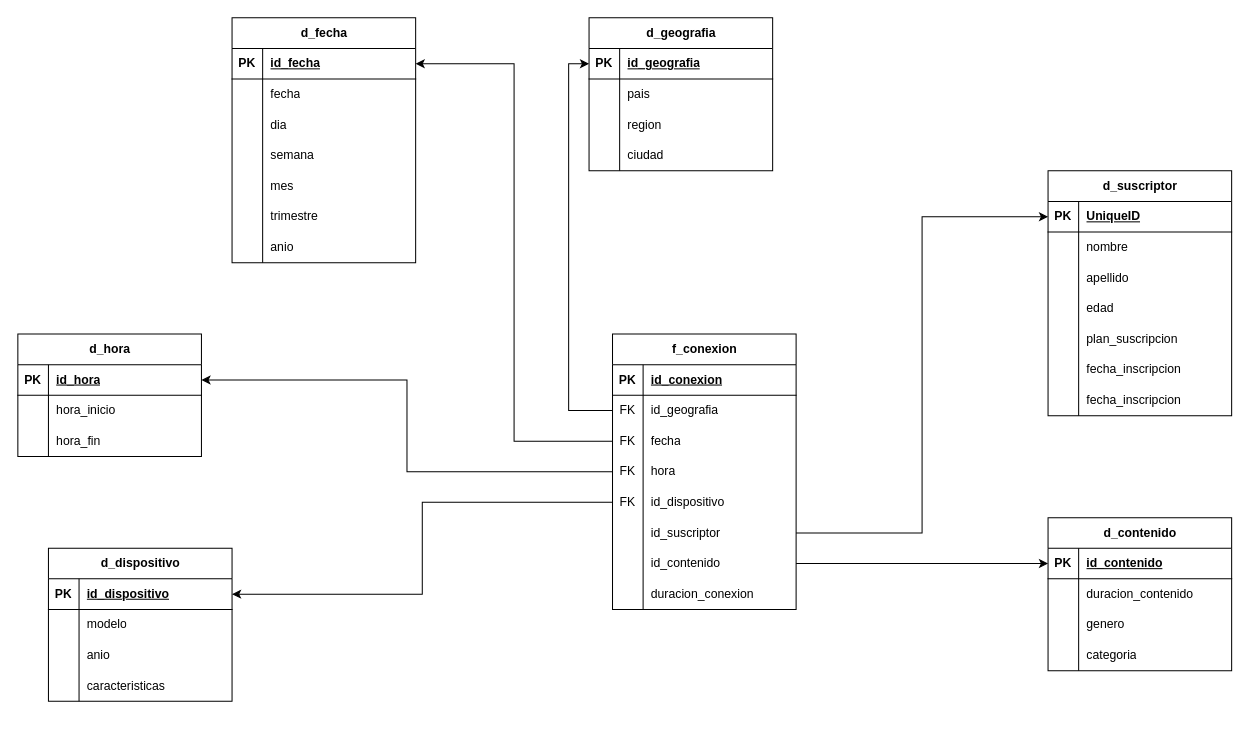
This is Practica/Ejercicio_8/Ejercicio_8.drawio from Ftedp/BBDD2-TUIA, a draw.io file, before an edit. Source tidied: cells renumbered, new cells numbered last; positions are measured from the earlier drawing's top-left corner, leaving out a move shared by most shapes. Both pictures are drawn from the tidied source at 102%, with x=0, y=0 at pixel (17, 17).
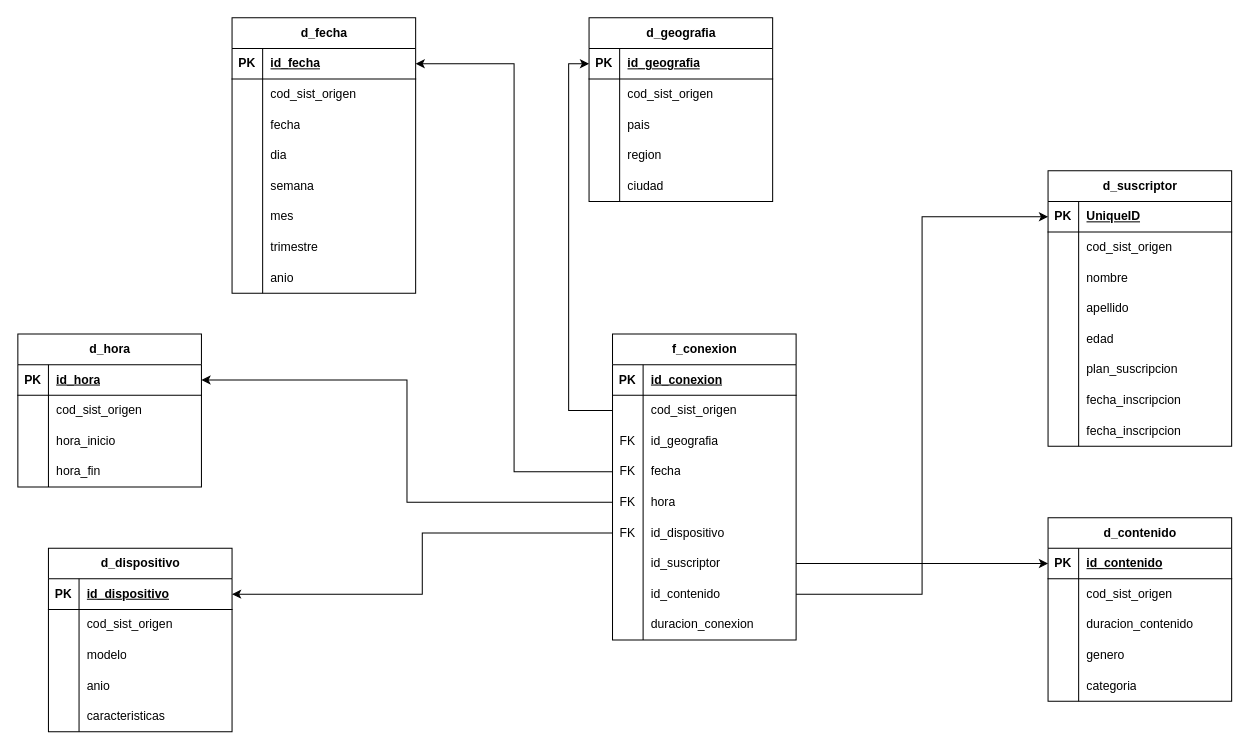
The same diagram, later.

Unchanged cells that the change refers to:
```xml
<mxCell id="6" style="shape=tableRow;horizontal=0;startSize=0;swimlaneHead=0;swimlaneBody=0;fillColor=none;top=0;left=0;right=0;bottom=0;" parent="2" vertex="1">
  <mxGeometry y="60" width="180" height="30" as="geometry" />
</mxCell>
<mxCell id="19" style="shape=tableRow;horizontal=0;startSize=0;swimlaneHead=0;swimlaneBody=0;fillColor=none;points=[[0,0.5],[1,0.5]];portConstraint=eastwest;top=0;left=0;right=0;bottom=0;" parent="15" vertex="1">
  <mxGeometry y="60" width="180" height="30" as="geometry" />
</mxCell>
<mxCell id="44" style="shape=tableRow;horizontal=0;startSize=0;swimlaneHead=0;swimlaneBody=0;fillColor=none;top=0;left=0;right=0;bottom=0;" parent="40" vertex="1">
  <mxGeometry y="60" width="180" height="30" as="geometry" />
</mxCell>
<mxCell id="66" style="shape=tableRow;horizontal=0;startSize=0;swimlaneHead=0;swimlaneBody=0;fillColor=none;top=0;left=0;right=0;bottom=0;" parent="62" vertex="1">
  <mxGeometry y="60" width="180" height="30" as="geometry" />
</mxCell>
<mxCell id="79" style="shape=tableRow;horizontal=0;startSize=0;swimlaneHead=0;swimlaneBody=0;fillColor=none;top=0;left=0;right=0;bottom=0;" parent="75" vertex="1">
  <mxGeometry y="60" width="180" height="30" as="geometry" />
</mxCell>
<mxCell id="92" style="shape=tableRow;horizontal=0;startSize=0;swimlaneHead=0;swimlaneBody=0;fillColor=none;top=0;left=0;right=0;bottom=0;" parent="88" vertex="1">
  <mxGeometry y="60" width="180" height="30" as="geometry" />
</mxCell>
<mxCell id="119" style="shape=tableRow;horizontal=0;startSize=0;swimlaneHead=0;swimlaneBody=0;fillColor=none;top=0;left=0;right=0;bottom=0;" parent="115" vertex="1">
  <mxGeometry y="60" width="180" height="30" as="geometry" />
</mxCell>
```

Diff of the diagram source:
```diff
@@
     <mxCell id="2" value="d_geografia" style="shape=table;startSize=30;childLayout=tableLayout;rowLines=0;fontStyle=1;align=center;html=1;" parent="1" vertex="1">
-      <mxGeometry x="560" width="180" height="150" as="geometry" />
+      <mxGeometry x="560" width="180" height="180" as="geometry" />
     </mxCell>
@@
-    <mxCell id="8" value="pais" style="shape=partialRectangle;fillColor=none;top=0;left=0;bottom=0;right=0;align=left;spacingLeft=6;overflow=hidden;whiteSpace=wrap;html=1;" parent="6" vertex="1">
+    <mxCell id="8" value="cod_sist_origen" style="shape=partialRectangle;fillColor=none;top=0;left=0;bottom=0;right=0;align=left;spacingLeft=6;overflow=hidden;whiteSpace=wrap;html=1;" parent="6" vertex="1">
       <mxGeometry x="30" width="150" height="30" as="geometry" />
     </mxCell>
+    <mxCell id="126" style="shape=tableRow;horizontal=0;startSize=0;swimlaneHead=0;swimlaneBody=0;fillColor=none;top=0;left=0;right=0;bottom=0;" parent="2" vertex="1">
+      <mxGeometry y="90" width="180" height="30" as="geometry" />
+    </mxCell>
+    <mxCell id="127" style="shape=partialRectangle;fillColor=none;top=0;left=0;bottom=0;right=0;overflow=hidden;whiteSpace=wrap;html=1;" parent="126" vertex="1">
+      <mxGeometry width="30" height="30" as="geometry" />
+    </mxCell>
+    <mxCell id="128" value="pais" style="shape=partialRectangle;fillColor=none;top=0;left=0;bottom=0;right=0;align=left;spacingLeft=6;overflow=hidden;whiteSpace=wrap;html=1;" parent="126" vertex="1">
+      <mxGeometry x="30" width="150" height="30" as="geometry" />
+    </mxCell>
     <mxCell id="9" style="shape=tableRow;horizontal=0;startSize=0;swimlaneHead=0;swimlaneBody=0;fillColor=none;top=0;left=0;right=0;bottom=0;" parent="2" vertex="1">
-      <mxGeometry y="90" width="180" height="30" as="geometry" />
+      <mxGeometry y="120" width="180" height="30" as="geometry" />
     </mxCell>
@@
     <mxCell id="12" style="shape=tableRow;horizontal=0;startSize=0;swimlaneHead=0;swimlaneBody=0;fillColor=none;top=0;left=0;right=0;bottom=0;" parent="2" vertex="1">
-      <mxGeometry y="120" width="180" height="30" as="geometry" />
+      <mxGeometry y="150" width="180" height="30" as="geometry" />
     </mxCell>
@@
     <mxCell id="15" value="f_conexion" style="shape=table;startSize=30;childLayout=tableLayout;rowLines=0;fontStyle=1;align=center;html=1;" parent="1" vertex="1">
-      <mxGeometry x="583" y="310" width="180" height="270" as="geometry" />
+      <mxGeometry x="583" y="310" width="180" height="300" as="geometry" />
     </mxCell>
@@
-    <mxCell id="20" value="FK" style="shape=partialRectangle;fillColor=none;top=0;left=0;bottom=0;right=0;overflow=hidden;whiteSpace=wrap;html=1;" parent="19" vertex="1">
+    <mxCell id="20" style="shape=partialRectangle;fillColor=none;top=0;left=0;bottom=0;right=0;overflow=hidden;whiteSpace=wrap;html=1;" parent="19" vertex="1">
       <mxGeometry width="30" height="30" as="geometry" />
     </mxCell>
-    <mxCell id="21" value="id_geografia" style="shape=partialRectangle;fillColor=none;top=0;left=0;bottom=0;right=0;align=left;spacingLeft=6;overflow=hidden;whiteSpace=wrap;html=1;" parent="19" vertex="1">
+    <mxCell id="21" value="cod_sist_origen" style="shape=partialRectangle;fillColor=none;top=0;left=0;bottom=0;right=0;align=left;spacingLeft=6;overflow=hidden;whiteSpace=wrap;html=1;" parent="19" vertex="1">
       <mxGeometry x="30" width="150" height="30" as="geometry" />
     </mxCell>
+    <mxCell id="129" style="shape=tableRow;horizontal=0;startSize=0;swimlaneHead=0;swimlaneBody=0;fillColor=none;top=0;left=0;right=0;bottom=0;" parent="15" vertex="1">
+      <mxGeometry y="90" width="180" height="30" as="geometry" />
+    </mxCell>
+    <mxCell id="130" value="FK" style="shape=partialRectangle;fillColor=none;top=0;left=0;bottom=0;right=0;overflow=hidden;whiteSpace=wrap;html=1;" parent="129" vertex="1">
+      <mxGeometry width="30" height="30" as="geometry" />
+    </mxCell>
+    <mxCell id="131" value="id_geografia" style="shape=partialRectangle;fillColor=none;top=0;left=0;bottom=0;right=0;align=left;spacingLeft=6;overflow=hidden;whiteSpace=wrap;html=1;" parent="129" vertex="1">
+      <mxGeometry x="30" width="150" height="30" as="geometry" />
+    </mxCell>
     <mxCell id="22" style="shape=tableRow;horizontal=0;startSize=0;swimlaneHead=0;swimlaneBody=0;fillColor=none;points=[[0,0.5],[1,0.5]];portConstraint=eastwest;top=0;left=0;right=0;bottom=0;" parent="15" vertex="1">
-      <mxGeometry y="90" width="180" height="30" as="geometry" />
+      <mxGeometry y="120" width="180" height="30" as="geometry" />
     </mxCell>
@@
     <mxCell id="25" style="shape=tableRow;horizontal=0;startSize=0;swimlaneHead=0;swimlaneBody=0;fillColor=none;points=[[0,0.5],[1,0.5]];portConstraint=eastwest;top=0;left=0;right=0;bottom=0;" parent="15" vertex="1">
-      <mxGeometry y="120" width="180" height="30" as="geometry" />
+      <mxGeometry y="150" width="180" height="30" as="geometry" />
     </mxCell>
@@
     <mxCell id="28" style="shape=tableRow;horizontal=0;startSize=0;swimlaneHead=0;swimlaneBody=0;fillColor=none;points=[[0,0.5],[1,0.5]];portConstraint=eastwest;top=0;left=0;right=0;bottom=0;" parent="15" vertex="1">
-      <mxGeometry y="150" width="180" height="30" as="geometry" />
+      <mxGeometry y="180" width="180" height="30" as="geometry" />
     </mxCell>
@@
     <mxCell id="31" style="shape=tableRow;horizontal=0;startSize=0;swimlaneHead=0;swimlaneBody=0;fillColor=none;points=[[0,0.5],[1,0.5]];portConstraint=eastwest;top=0;left=0;right=0;bottom=0;" parent="15" vertex="1">
-      <mxGeometry y="180" width="180" height="30" as="geometry" />
+      <mxGeometry y="210" width="180" height="30" as="geometry" />
     </mxCell>
@@
     <mxCell id="34" style="shape=tableRow;horizontal=0;startSize=0;swimlaneHead=0;swimlaneBody=0;fillColor=none;points=[[0,0.5],[1,0.5]];portConstraint=eastwest;top=0;left=0;right=0;bottom=0;" parent="15" vertex="1">
-      <mxGeometry y="210" width="180" height="30" as="geometry" />
+      <mxGeometry y="240" width="180" height="30" as="geometry" />
     </mxCell>
@@
     <mxCell id="37" style="shape=tableRow;horizontal=0;startSize=0;swimlaneHead=0;swimlaneBody=0;fillColor=none;top=0;left=0;right=0;bottom=0;" parent="15" vertex="1">
-      <mxGeometry y="240" width="180" height="30" as="geometry" />
+      <mxGeometry y="270" width="180" height="30" as="geometry" />
     </mxCell>
@@
     <mxCell id="40" value="d_suscriptor" style="shape=table;startSize=30;childLayout=tableLayout;rowLines=0;fontStyle=1;align=center;html=1;" parent="1" vertex="1">
-      <mxGeometry x="1010" y="150" width="180" height="240" as="geometry" />
+      <mxGeometry x="1010" y="150" width="180" height="270" as="geometry" />
     </mxCell>
@@
-    <mxCell id="46" value="nombre" style="shape=partialRectangle;fillColor=none;top=0;left=0;bottom=0;right=0;align=left;spacingLeft=6;overflow=hidden;whiteSpace=wrap;html=1;" parent="44" vertex="1">
+    <mxCell id="46" value="cod_sist_origen" style="shape=partialRectangle;fillColor=none;top=0;left=0;bottom=0;right=0;align=left;spacingLeft=6;overflow=hidden;whiteSpace=wrap;html=1;" parent="44" vertex="1">
       <mxGeometry x="30" width="150" height="30" as="geometry" />
     </mxCell>
+    <mxCell id="132" style="shape=tableRow;horizontal=0;startSize=0;swimlaneHead=0;swimlaneBody=0;fillColor=none;top=0;left=0;right=0;bottom=0;" parent="40" vertex="1">
+      <mxGeometry y="90" width="180" height="30" as="geometry" />
+    </mxCell>
+    <mxCell id="133" style="shape=partialRectangle;fillColor=none;top=0;left=0;bottom=0;right=0;overflow=hidden;whiteSpace=wrap;html=1;" parent="132" vertex="1">
+      <mxGeometry width="30" height="30" as="geometry" />
+    </mxCell>
+    <mxCell id="134" value="nombre" style="shape=partialRectangle;fillColor=none;top=0;left=0;bottom=0;right=0;align=left;spacingLeft=6;overflow=hidden;whiteSpace=wrap;html=1;" parent="132" vertex="1">
+      <mxGeometry x="30" width="150" height="30" as="geometry" />
+    </mxCell>
     <mxCell id="47" style="shape=tableRow;horizontal=0;startSize=0;swimlaneHead=0;swimlaneBody=0;fillColor=none;top=0;left=0;right=0;bottom=0;" parent="40" vertex="1">
-      <mxGeometry y="90" width="180" height="30" as="geometry" />
+      <mxGeometry y="120" width="180" height="30" as="geometry" />
     </mxCell>
@@
     <mxCell id="50" style="shape=tableRow;horizontal=0;startSize=0;swimlaneHead=0;swimlaneBody=0;fillColor=none;top=0;left=0;right=0;bottom=0;" parent="40" vertex="1">
-      <mxGeometry y="120" width="180" height="30" as="geometry" />
+      <mxGeometry y="150" width="180" height="30" as="geometry" />
     </mxCell>
@@
     <mxCell id="53" style="shape=tableRow;horizontal=0;startSize=0;swimlaneHead=0;swimlaneBody=0;fillColor=none;top=0;left=0;right=0;bottom=0;" parent="40" vertex="1">
-      <mxGeometry y="150" width="180" height="30" as="geometry" />
+      <mxGeometry y="180" width="180" height="30" as="geometry" />
     </mxCell>
@@
     <mxCell id="56" style="shape=tableRow;horizontal=0;startSize=0;swimlaneHead=0;swimlaneBody=0;fillColor=none;top=0;left=0;right=0;bottom=0;" parent="40" vertex="1">
-      <mxGeometry y="180" width="180" height="30" as="geometry" />
+      <mxGeometry y="210" width="180" height="30" as="geometry" />
     </mxCell>
@@
     <mxCell id="59" style="shape=tableRow;horizontal=0;startSize=0;swimlaneHead=0;swimlaneBody=0;fillColor=none;top=0;left=0;right=0;bottom=0;" parent="40" vertex="1">
-      <mxGeometry y="210" width="180" height="30" as="geometry" />
+      <mxGeometry y="240" width="180" height="30" as="geometry" />
     </mxCell>
@@
     <mxCell id="62" value="d_dispositivo" style="shape=table;startSize=30;childLayout=tableLayout;rowLines=0;fontStyle=1;align=center;html=1;" parent="1" vertex="1">
-      <mxGeometry x="30" y="520" width="180" height="150" as="geometry" />
+      <mxGeometry x="30" y="520" width="180" height="180" as="geometry" />
     </mxCell>
@@
-    <mxCell id="68" value="modelo" style="shape=partialRectangle;fillColor=none;top=0;left=0;bottom=0;right=0;align=left;spacingLeft=6;overflow=hidden;whiteSpace=wrap;html=1;" parent="66" vertex="1">
+    <mxCell id="68" value="cod_sist_origen" style="shape=partialRectangle;fillColor=none;top=0;left=0;bottom=0;right=0;align=left;spacingLeft=6;overflow=hidden;whiteSpace=wrap;html=1;" parent="66" vertex="1">
       <mxGeometry x="30" width="150" height="30" as="geometry" />
     </mxCell>
+    <mxCell id="135" style="shape=tableRow;horizontal=0;startSize=0;swimlaneHead=0;swimlaneBody=0;fillColor=none;top=0;left=0;right=0;bottom=0;" parent="62" vertex="1">
+      <mxGeometry y="90" width="180" height="30" as="geometry" />
+    </mxCell>
+    <mxCell id="136" style="shape=partialRectangle;fillColor=none;top=0;left=0;bottom=0;right=0;overflow=hidden;whiteSpace=wrap;html=1;" parent="135" vertex="1">
+      <mxGeometry width="30" height="30" as="geometry" />
+    </mxCell>
+    <mxCell id="137" value="modelo" style="shape=partialRectangle;fillColor=none;top=0;left=0;bottom=0;right=0;align=left;spacingLeft=6;overflow=hidden;whiteSpace=wrap;html=1;" parent="135" vertex="1">
+      <mxGeometry x="30" width="150" height="30" as="geometry" />
+    </mxCell>
     <mxCell id="69" style="shape=tableRow;horizontal=0;startSize=0;swimlaneHead=0;swimlaneBody=0;fillColor=none;top=0;left=0;right=0;bottom=0;" parent="62" vertex="1">
-      <mxGeometry y="90" width="180" height="30" as="geometry" />
+      <mxGeometry y="120" width="180" height="30" as="geometry" />
     </mxCell>
@@
     <mxCell id="72" style="shape=tableRow;horizontal=0;startSize=0;swimlaneHead=0;swimlaneBody=0;fillColor=none;top=0;left=0;right=0;bottom=0;" parent="62" vertex="1">
-      <mxGeometry y="120" width="180" height="30" as="geometry" />
+      <mxGeometry y="150" width="180" height="30" as="geometry" />
     </mxCell>
@@
     <mxCell id="75" value="d_contenido" style="shape=table;startSize=30;childLayout=tableLayout;rowLines=0;fontStyle=1;align=center;html=1;" parent="1" vertex="1">
-      <mxGeometry x="1010" y="490" width="180" height="150" as="geometry" />
+      <mxGeometry x="1010" y="490" width="180" height="180" as="geometry" />
     </mxCell>
@@
-    <mxCell id="81" value="duracion_contenido" style="shape=partialRectangle;fillColor=none;top=0;left=0;bottom=0;right=0;align=left;spacingLeft=6;overflow=hidden;whiteSpace=wrap;html=1;" parent="79" vertex="1">
+    <mxCell id="81" value="cod_sist_origen" style="shape=partialRectangle;fillColor=none;top=0;left=0;bottom=0;right=0;align=left;spacingLeft=6;overflow=hidden;whiteSpace=wrap;html=1;" parent="79" vertex="1">
       <mxGeometry x="30" width="150" height="30" as="geometry" />
     </mxCell>
+    <mxCell id="138" style="shape=tableRow;horizontal=0;startSize=0;swimlaneHead=0;swimlaneBody=0;fillColor=none;top=0;left=0;right=0;bottom=0;" parent="75" vertex="1">
+      <mxGeometry y="90" width="180" height="30" as="geometry" />
+    </mxCell>
+    <mxCell id="139" style="shape=partialRectangle;fillColor=none;top=0;left=0;bottom=0;right=0;overflow=hidden;whiteSpace=wrap;html=1;" parent="138" vertex="1">
+      <mxGeometry width="30" height="30" as="geometry" />
+    </mxCell>
+    <mxCell id="140" value="duracion_contenido" style="shape=partialRectangle;fillColor=none;top=0;left=0;bottom=0;right=0;align=left;spacingLeft=6;overflow=hidden;whiteSpace=wrap;html=1;" parent="138" vertex="1">
+      <mxGeometry x="30" width="150" height="30" as="geometry" />
+    </mxCell>
     <mxCell id="82" style="shape=tableRow;horizontal=0;startSize=0;swimlaneHead=0;swimlaneBody=0;fillColor=none;top=0;left=0;right=0;bottom=0;" parent="75" vertex="1">
-      <mxGeometry y="90" width="180" height="30" as="geometry" />
+      <mxGeometry y="120" width="180" height="30" as="geometry" />
     </mxCell>
@@
     <mxCell id="85" style="shape=tableRow;horizontal=0;startSize=0;swimlaneHead=0;swimlaneBody=0;fillColor=none;top=0;left=0;right=0;bottom=0;" parent="75" vertex="1">
-      <mxGeometry y="120" width="180" height="30" as="geometry" />
+      <mxGeometry y="150" width="180" height="30" as="geometry" />
     </mxCell>
@@
     <mxCell id="88" value="d_fecha" style="shape=table;startSize=30;childLayout=tableLayout;rowLines=0;fontStyle=1;align=center;html=1;" parent="1" vertex="1">
-      <mxGeometry x="210" width="180" height="240" as="geometry" />
+      <mxGeometry x="210" width="180" height="270" as="geometry" />
     </mxCell>
@@
-    <mxCell id="94" value="fecha" style="shape=partialRectangle;fillColor=none;top=0;left=0;bottom=0;right=0;align=left;spacingLeft=6;overflow=hidden;whiteSpace=wrap;html=1;" parent="92" vertex="1">
+    <mxCell id="94" value="cod_sist_origen" style="shape=partialRectangle;fillColor=none;top=0;left=0;bottom=0;right=0;align=left;spacingLeft=6;overflow=hidden;whiteSpace=wrap;html=1;" parent="92" vertex="1">
       <mxGeometry x="30" width="150" height="30" as="geometry" />
     </mxCell>
+    <mxCell id="141" style="shape=tableRow;horizontal=0;startSize=0;swimlaneHead=0;swimlaneBody=0;fillColor=none;top=0;left=0;right=0;bottom=0;" parent="88" vertex="1">
+      <mxGeometry y="90" width="180" height="30" as="geometry" />
+    </mxCell>
+    <mxCell id="142" style="shape=partialRectangle;fillColor=none;top=0;left=0;bottom=0;right=0;overflow=hidden;whiteSpace=wrap;html=1;" parent="141" vertex="1">
+      <mxGeometry width="30" height="30" as="geometry" />
+    </mxCell>
+    <mxCell id="143" value="fecha" style="shape=partialRectangle;fillColor=none;top=0;left=0;bottom=0;right=0;align=left;spacingLeft=6;overflow=hidden;whiteSpace=wrap;html=1;" parent="141" vertex="1">
+      <mxGeometry x="30" width="150" height="30" as="geometry" />
+    </mxCell>
     <mxCell id="95" style="shape=tableRow;horizontal=0;startSize=0;swimlaneHead=0;swimlaneBody=0;fillColor=none;top=0;left=0;right=0;bottom=0;" parent="88" vertex="1">
-      <mxGeometry y="90" width="180" height="30" as="geometry" />
+      <mxGeometry y="120" width="180" height="30" as="geometry" />
     </mxCell>
@@
     <mxCell id="98" style="shape=tableRow;horizontal=0;startSize=0;swimlaneHead=0;swimlaneBody=0;fillColor=none;top=0;left=0;right=0;bottom=0;" parent="88" vertex="1">
-      <mxGeometry y="120" width="180" height="30" as="geometry" />
+      <mxGeometry y="150" width="180" height="30" as="geometry" />
     </mxCell>
@@
     <mxCell id="101" style="shape=tableRow;horizontal=0;startSize=0;swimlaneHead=0;swimlaneBody=0;fillColor=none;top=0;left=0;right=0;bottom=0;" parent="88" vertex="1">
-      <mxGeometry y="150" width="180" height="30" as="geometry" />
+      <mxGeometry y="180" width="180" height="30" as="geometry" />
     </mxCell>
@@
     <mxCell id="104" style="shape=tableRow;horizontal=0;startSize=0;swimlaneHead=0;swimlaneBody=0;fillColor=none;top=0;left=0;right=0;bottom=0;" parent="88" vertex="1">
-      <mxGeometry y="180" width="180" height="30" as="geometry" />
+      <mxGeometry y="210" width="180" height="30" as="geometry" />
     </mxCell>
@@
     <mxCell id="107" style="shape=tableRow;horizontal=0;startSize=0;swimlaneHead=0;swimlaneBody=0;fillColor=none;top=0;left=0;right=0;bottom=0;" parent="88" vertex="1">
-      <mxGeometry y="210" width="180" height="30" as="geometry" />
+      <mxGeometry y="240" width="180" height="30" as="geometry" />
     </mxCell>
@@
     <mxCell id="115" value="d_hora" style="shape=table;startSize=30;childLayout=tableLayout;rowLines=0;fontStyle=1;align=center;html=1;" parent="1" vertex="1">
-      <mxGeometry y="310" width="180" height="120" as="geometry" />
+      <mxGeometry y="310" width="180" height="150" as="geometry" />
     </mxCell>
@@
-    <mxCell id="121" value="hora_inicio" style="shape=partialRectangle;fillColor=none;top=0;left=0;bottom=0;right=0;align=left;spacingLeft=6;overflow=hidden;whiteSpace=wrap;html=1;" parent="119" vertex="1">
+    <mxCell id="121" value="cod_sist_origen" style="shape=partialRectangle;fillColor=none;top=0;left=0;bottom=0;right=0;align=left;spacingLeft=6;overflow=hidden;whiteSpace=wrap;html=1;" parent="119" vertex="1">
       <mxGeometry x="30" width="150" height="30" as="geometry" />
     </mxCell>
+    <mxCell id="144" style="shape=tableRow;horizontal=0;startSize=0;swimlaneHead=0;swimlaneBody=0;fillColor=none;top=0;left=0;right=0;bottom=0;" parent="115" vertex="1">
+      <mxGeometry y="90" width="180" height="30" as="geometry" />
+    </mxCell>
+    <mxCell id="145" style="shape=partialRectangle;fillColor=none;top=0;left=0;bottom=0;right=0;overflow=hidden;whiteSpace=wrap;html=1;" parent="144" vertex="1">
+      <mxGeometry width="30" height="30" as="geometry" />
+    </mxCell>
+    <mxCell id="146" value="hora_inicio" style="shape=partialRectangle;fillColor=none;top=0;left=0;bottom=0;right=0;align=left;spacingLeft=6;overflow=hidden;whiteSpace=wrap;html=1;" parent="144" vertex="1">
+      <mxGeometry x="30" width="150" height="30" as="geometry" />
+    </mxCell>
     <mxCell id="122" style="shape=tableRow;horizontal=0;startSize=0;swimlaneHead=0;swimlaneBody=0;fillColor=none;top=0;left=0;right=0;bottom=0;" parent="115" vertex="1">
-      <mxGeometry y="90" width="180" height="30" as="geometry" />
+      <mxGeometry y="120" width="180" height="30" as="geometry" />
     </mxCell>
```
